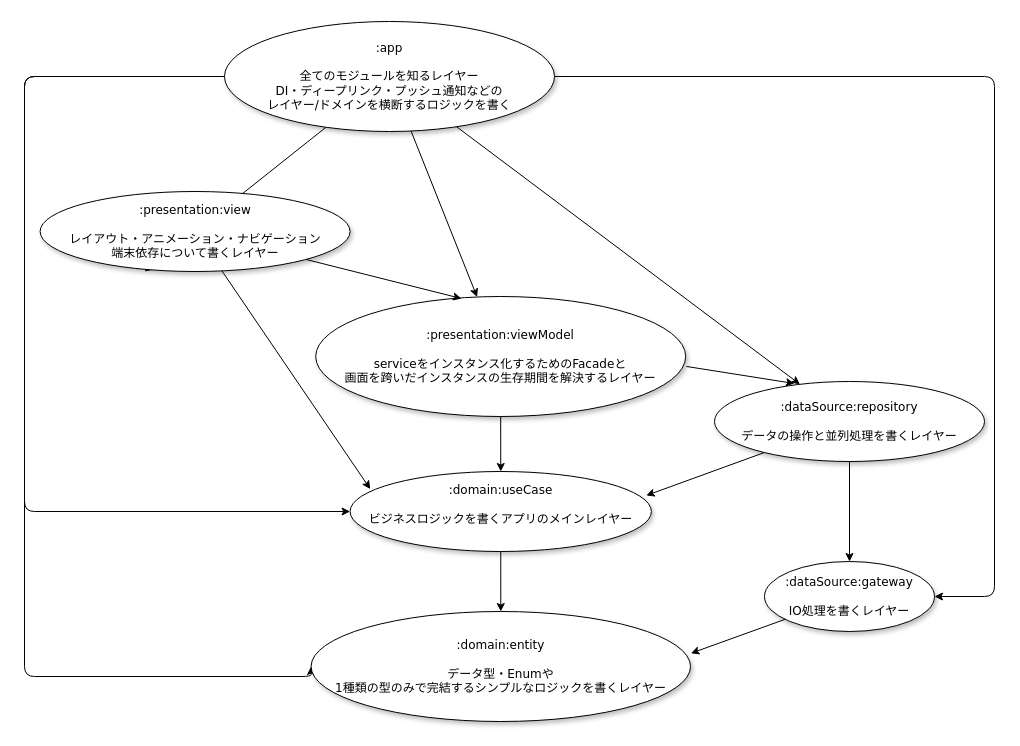
Earlier version of the draw.io diagram document/ArchitectureDiagramSource.drawio (narumichi0710/AndroidArchitectureTemplate). Source tidied: cells renumbered, new cells numbered last; positions are measured from the earlier drawing's top-left corner, leaving out a move shared by most shapes. Both pictures are drawn from the tidied source at 100%, with x=0, y=0 at pixel (24, 21).
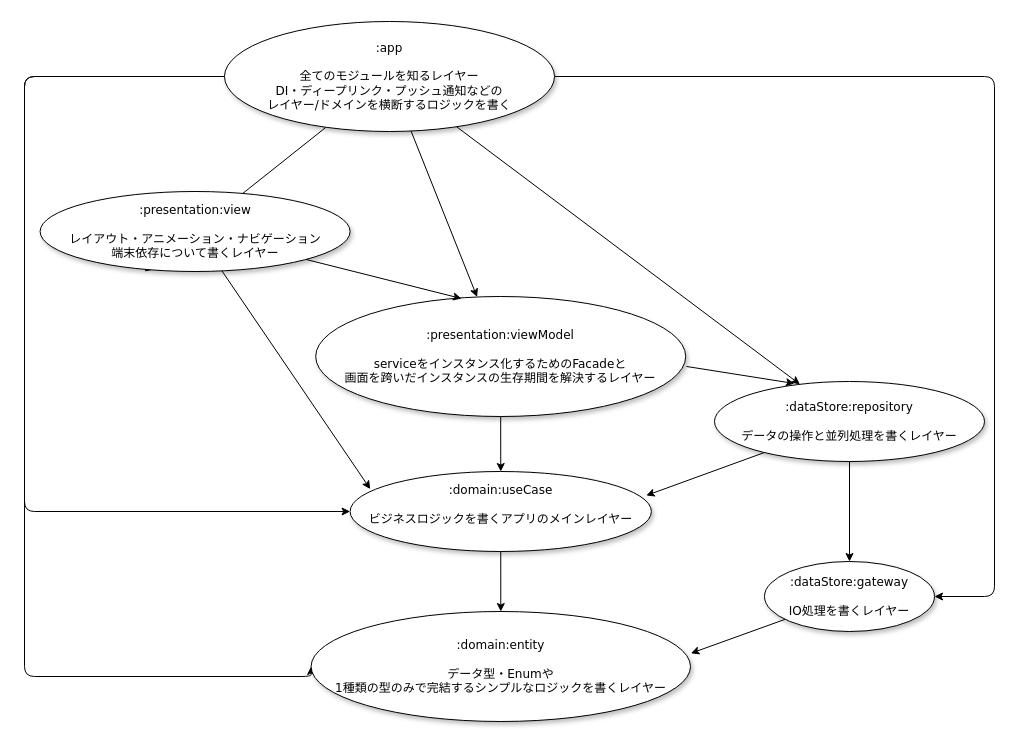
Above is the later version.

Commit message (it also covers changes not shown here):
アーキテクチャ図のモジュール名に間違いがあったため修正

Change to the diagram source:
```diff
@@
-    <mxCell id="14" value=":dataSource:repository&lt;br&gt;&lt;br&gt;データの操作と並列処理を書くレイヤー" style="ellipse;whiteSpace=wrap;html=1;rounded=0;shadow=1;comic=0;labelBackgroundColor=none;strokeWidth=1;fontFamily=Verdana;fontSize=12;align=center;" parent="1" vertex="1">
+    <mxCell id="14" value=":dataStore:repository&lt;br&gt;&lt;br&gt;データの操作と並列処理を書くレイヤー" style="ellipse;whiteSpace=wrap;html=1;rounded=0;shadow=1;comic=0;labelBackgroundColor=none;strokeWidth=1;fontFamily=Verdana;fontSize=12;align=center;" parent="1" vertex="1">
       <mxGeometry x="690" y="360" width="270" height="80" as="geometry" />
     </mxCell>
@@
-    <mxCell id="16" value=":dataSource:gateway&lt;br&gt;&lt;br&gt;IO処理を書くレイヤー" style="ellipse;whiteSpace=wrap;html=1;rounded=0;shadow=1;comic=0;labelBackgroundColor=none;strokeWidth=1;fontFamily=Verdana;fontSize=12;align=center;" parent="1" vertex="1">
+    <mxCell id="16" value=":dataStore:gateway&lt;br&gt;&lt;br&gt;IO処理を書くレイヤー" style="ellipse;whiteSpace=wrap;html=1;rounded=0;shadow=1;comic=0;labelBackgroundColor=none;strokeWidth=1;fontFamily=Verdana;fontSize=12;align=center;" parent="1" vertex="1">
       <mxGeometry x="740" y="540" width="170" height="70" as="geometry" />
     </mxCell>
```
